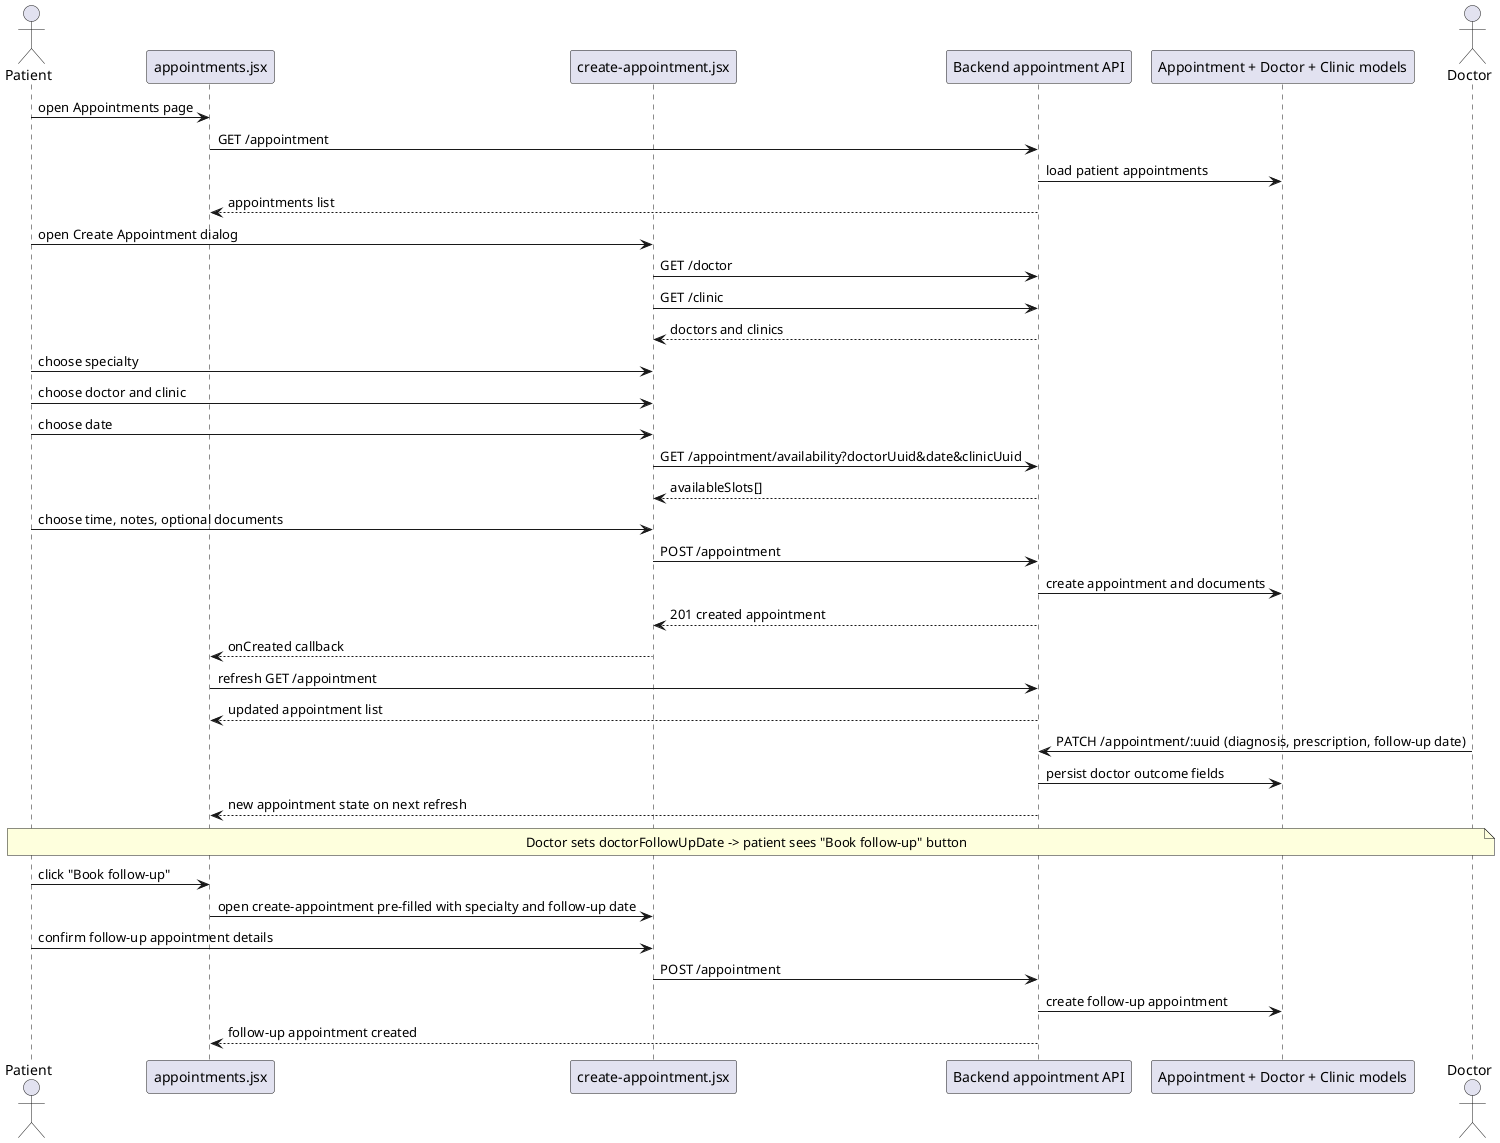
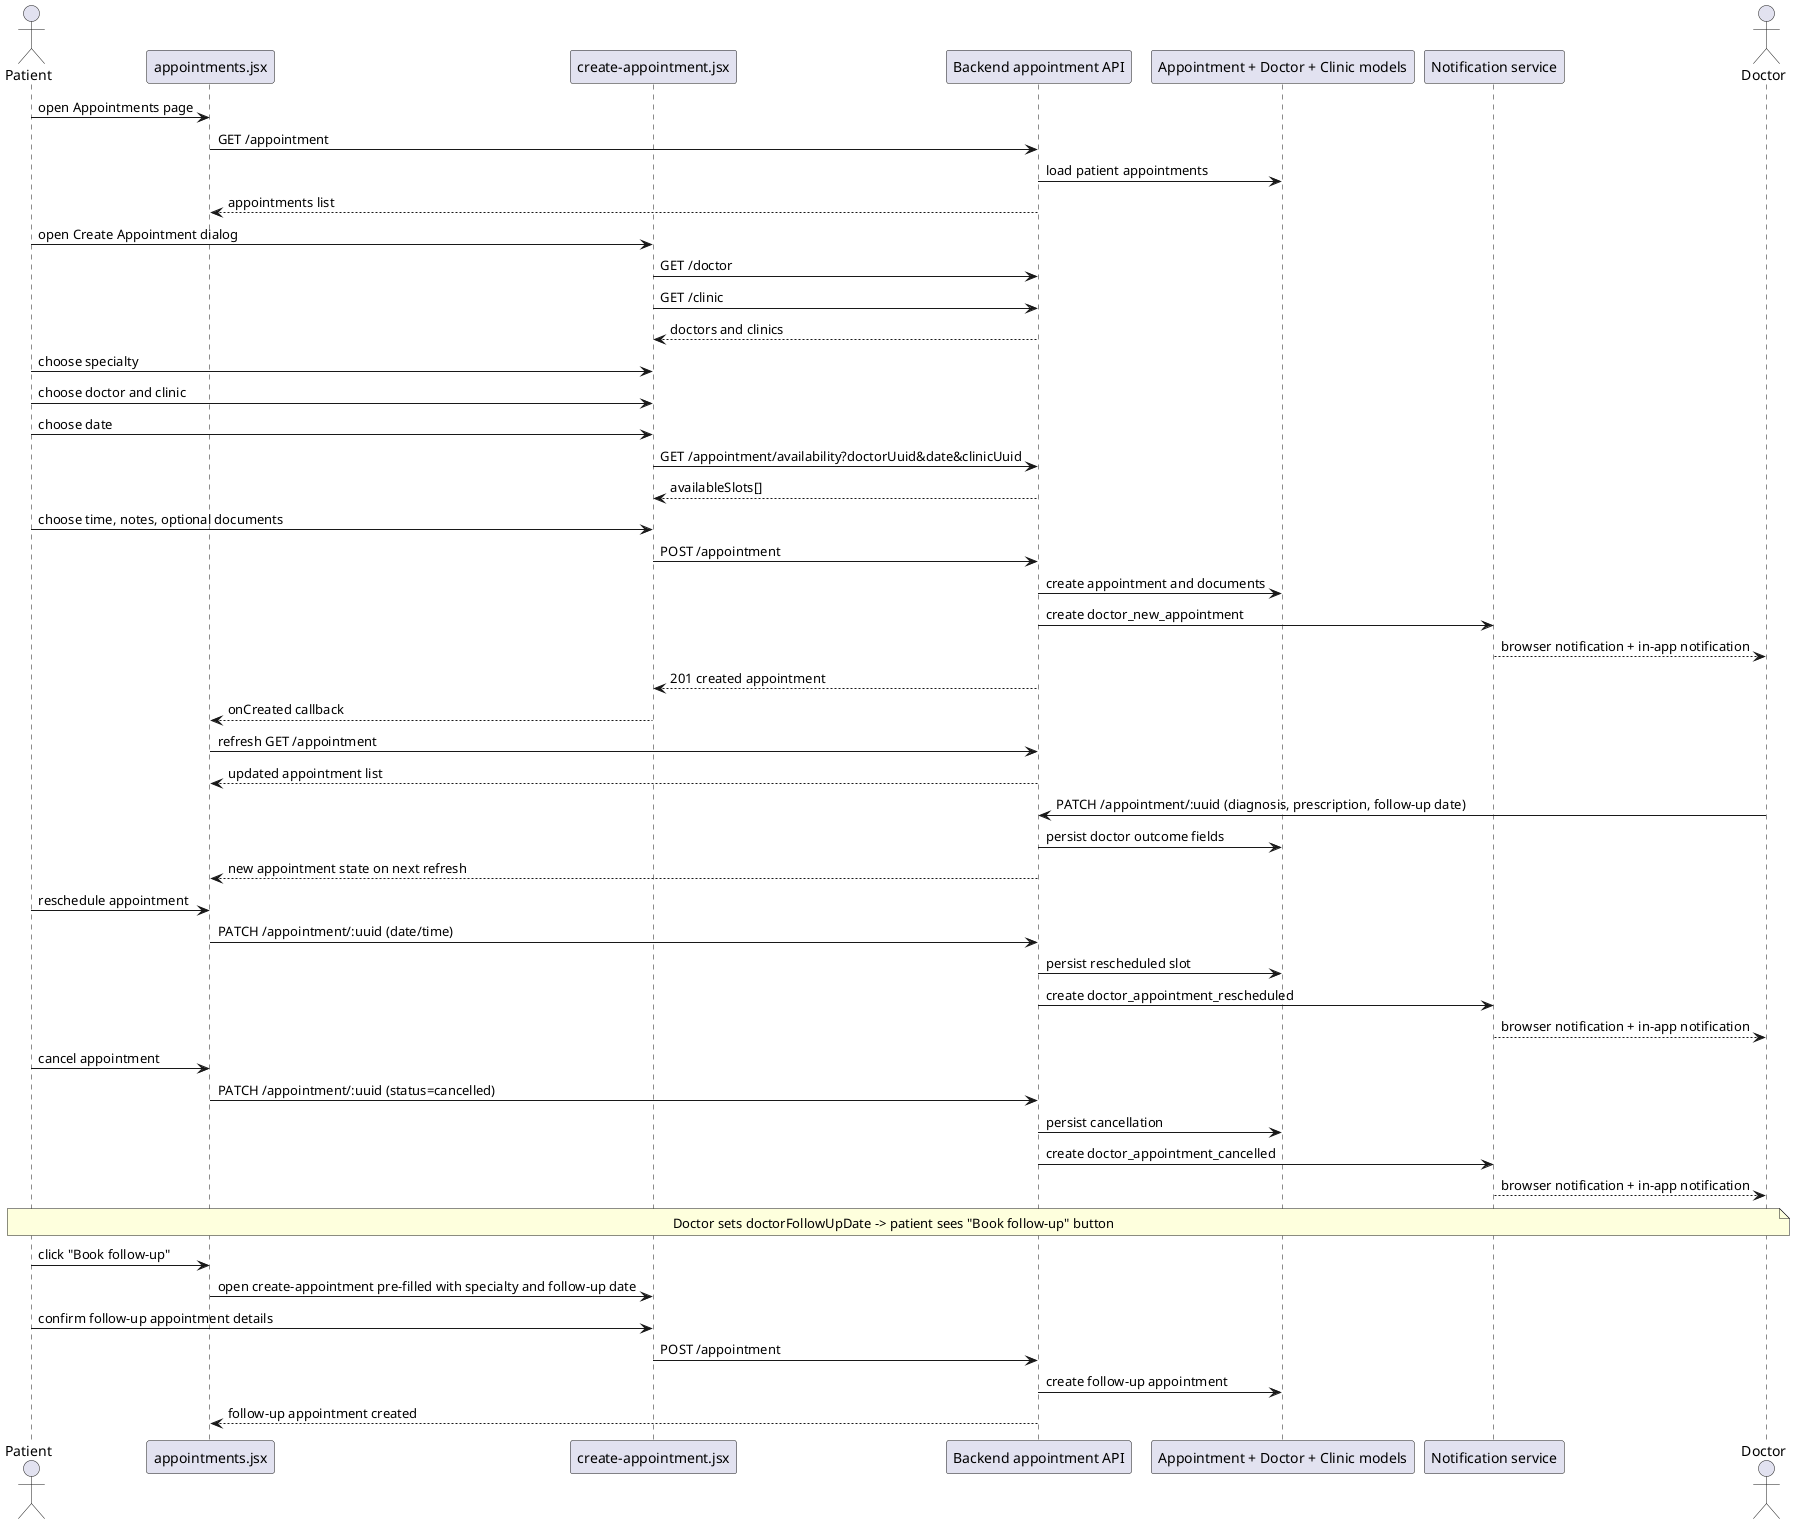
@startuml
actor Patient
participant "appointments.jsx" as Page
participant "create-appointment.jsx" as Modal
participant "Backend appointment API" as API
participant "Appointment + Doctor + Clinic models" as Models
+ participant "Notification service" as Notif
actor Doctor

Patient -> Page : open Appointments page
Page -> API : GET /appointment
API -> Models : load patient appointments
API --> Page : appointments list

Patient -> Modal : open Create Appointment dialog
Modal -> API : GET /doctor
Modal -> API : GET /clinic
API --> Modal : doctors and clinics

Patient -> Modal : choose specialty
Patient -> Modal : choose doctor and clinic
Patient -> Modal : choose date
Modal -> API : GET /appointment/availability?doctorUuid&date&clinicUuid
API --> Modal : availableSlots[]
Patient -> Modal : choose time, notes, optional documents
Modal -> API : POST /appointment
API -> Models : create appointment and documents
+ API -> Notif : create doctor_new_appointment
+ Notif --> Doctor : browser notification + in-app notification
API --> Modal : 201 created appointment
Modal --> Page : onCreated callback
Page -> API : refresh GET /appointment
API --> Page : updated appointment list

Doctor -> API : PATCH /appointment/:uuid (diagnosis, prescription, follow-up date)
API -> Models : persist doctor outcome fields
API --> Page : new appointment state on next refresh
+ 
+ Patient -> Page : reschedule appointment
+ Page -> API : PATCH /appointment/:uuid (date/time)
+ API -> Models : persist rescheduled slot
+ API -> Notif : create doctor_appointment_rescheduled
+ Notif --> Doctor : browser notification + in-app notification
+ 
+ Patient -> Page : cancel appointment
+ Page -> API : PATCH /appointment/:uuid (status=cancelled)
+ API -> Models : persist cancellation
+ API -> Notif : create doctor_appointment_cancelled
+ Notif --> Doctor : browser notification + in-app notification

note over Patient, Doctor
  Doctor sets doctorFollowUpDate -> patient sees "Book follow-up" button
end note

Patient -> Page : click "Book follow-up"
Page -> Modal : open create-appointment pre-filled with specialty and follow-up date
Patient -> Modal : confirm follow-up appointment details
Modal -> API : POST /appointment
API -> Models : create follow-up appointment
API --> Page : follow-up appointment created

@enduml